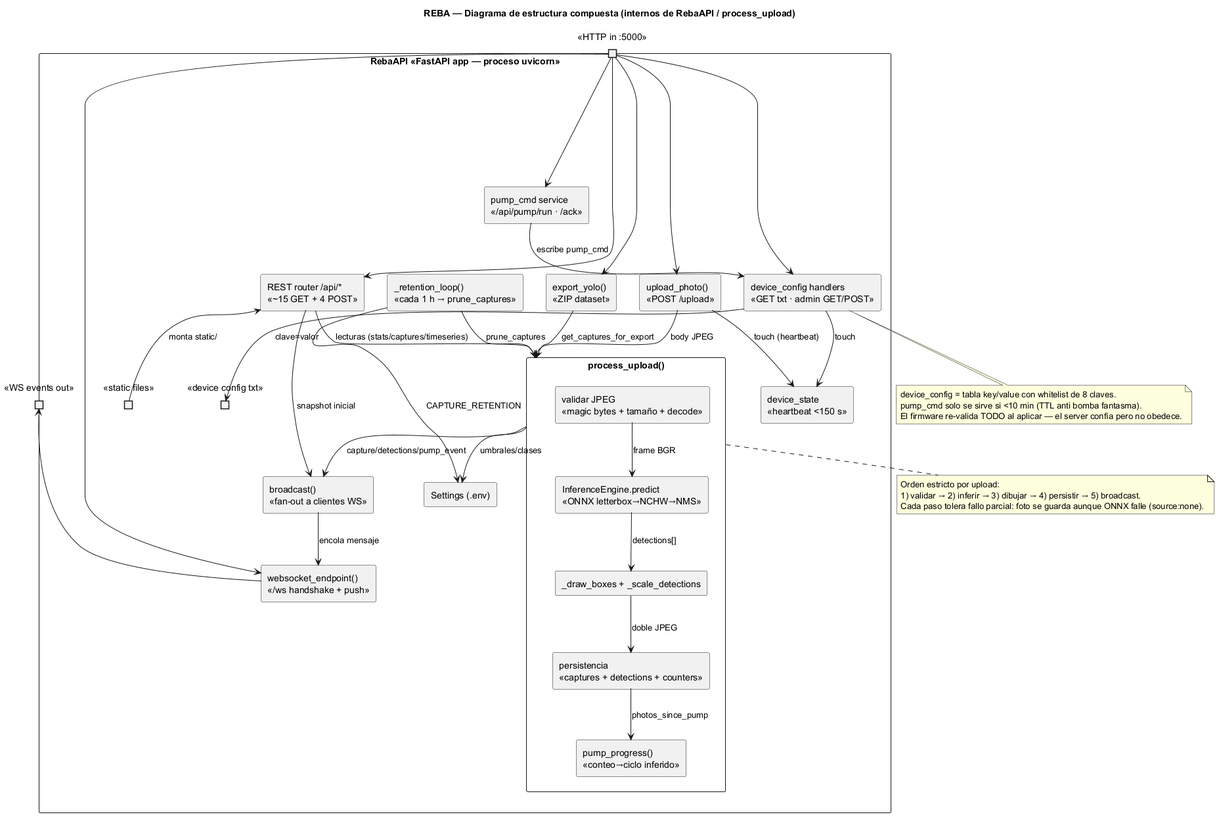
SebasHdez2006/reba_project keeps this PlantUML diagram as docs/diagramas/uml/04_diagrama_estructura_compuesta.png. Above is the earlier version. The source it was exported from:
```plantuml
@startuml 04_diagrama_estructura_compuesta
title REBA — Diagrama de estructura compuesta (internos de RebaAPI / process_upload)

skinparam componentStyle rectangle

component "RebaAPI «FastAPI app — proceso uvicorn»" {

  portin "«HTTP in :5000»" as pinHTTP
  portout "«WS events out»" as poutWS
  portout "«device config txt»" as poutCFG
  portout "«static files»" as poutStatic

  component "upload_photo()\n«POST /upload»" as partUpload
  component "REST router /api/*\n«~15 GET + 4 POST»" as partREST
  component "device_config handlers\n«GET txt · admin GET/POST»" as partDevCfg
  component "pump_cmd service\n«/api/pump/run · /ack»" as partPump
  component "export_yolo()\n«ZIP dataset»" as partExport
  component "websocket_endpoint()\n«/ws handshake + push»" as partWS

  component "process_upload()" as partPipe {
    component "validar JPEG\n«magic bytes + tamaño + decode»" as vVal
    component "InferenceEngine.predict\n«ONNX letterbox→NCHW→NMS»" as vInf
    component "_draw_boxes + _scale_detections" as vDraw
    component "persistencia\n«captures + detections + counters»" as vDB
    component "pump_progress()\n«conteo→ciclo inferido»" as vPump
    vVal --> vInf : frame BGR
    vInf --> vDraw : detections[]
    vDraw --> vDB : doble JPEG
    vDB --> vPump : photos_since_pump
  }

  component "_retention_loop()\n«cada 1 h → prune_captures»" as partRet
  component "broadcast()\n«fan-out a clientes WS»" as partBC
  component "device_state\n«heartbeat <150 s»" as partDev
  component "Settings (.env)" as partCfg

  pinHTTP --> partUpload
  pinHTTP --> partREST
  pinHTTP --> partDevCfg
  pinHTTP --> partPump
  pinHTTP --> partExport
  pinHTTP --> partWS

  partUpload --> partPipe : body JPEG
  partPipe --> partBC : capture/detections/pump_event
  partBC --> partWS : encola mensaje
  partWS --> poutWS

  partDevCfg --> poutCFG : clave=valor
  partPump --> partDevCfg : escribe pump_cmd
  partDevCfg --> partDev : touch
  partUpload --> partDev : touch (heartbeat)

  partREST --> partPipe : lecturas (stats/captures/timeseries)
  partREST --> partBC : snapshot inicial
  partExport --> partPipe : get_captures_for_export

  partRet --> partPipe : prune_captures
  partPipe --> partCfg : umbrales/clases
  partRet --> partCfg : CAPTURE_RETENTION

  poutStatic --> partREST : monta static/
}

note bottom of partPipe
  Orden estricto por upload:
  1) validar → 2) inferir → 3) dibujar → 4) persistir → 5) broadcast.
  Cada paso tolera fallo parcial: foto se guarda aunque ONNX falle (source:none).
end note

note bottom of partDevCfg
  device_config = tabla key/value con whitelist de 8 claves.
  pump_cmd solo se sirve si <10 min (TTL anti bomba fantasma).
  El firmware re-valida TODO al aplicar — el server confía pero no obedece.
end note

@enduml
```
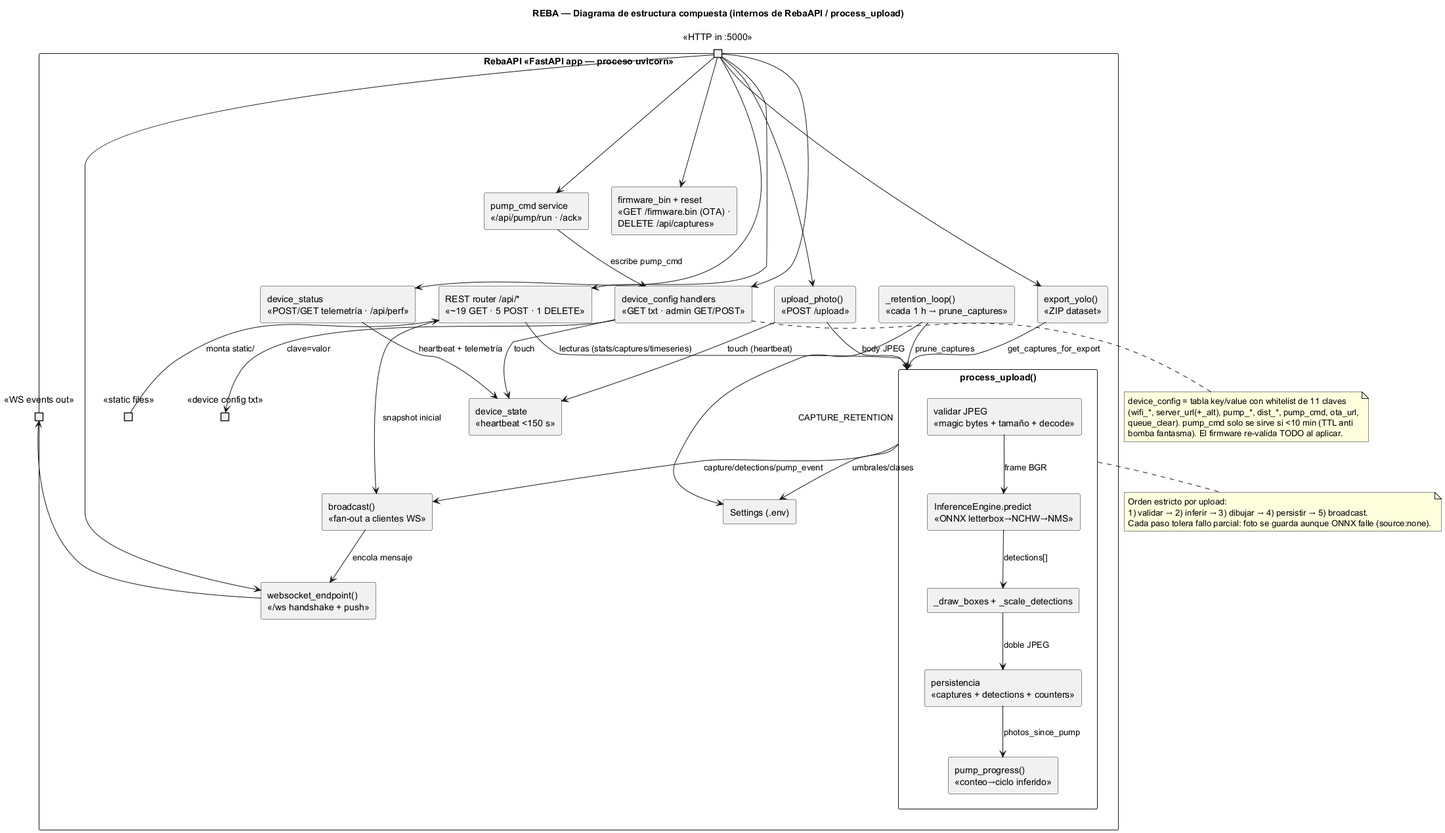
Later version of the same file.

Change to the diagram source:
```diff
@@ -11,9 +11,11 @@
   portout "«static files»" as poutStatic
 
   component "upload_photo()\n«POST /upload»" as partUpload
-  component "REST router /api/*\n«~15 GET + 4 POST»" as partREST
+  component "REST router /api/*\n«~19 GET · 5 POST · 1 DELETE»" as partREST
   component "device_config handlers\n«GET txt · admin GET/POST»" as partDevCfg
   component "pump_cmd service\n«/api/pump/run · /ack»" as partPump
+  component "device_status\n«POST/GET telemetría · /api/perf»" as partStatus
+  component "firmware_bin + reset\n«GET /firmware.bin (OTA) ·\nDELETE /api/captures»" as partFw
   component "export_yolo()\n«ZIP dataset»" as partExport
   component "websocket_endpoint()\n«/ws handshake + push»" as partWS
 
@@ -38,6 +40,8 @@
   pinHTTP --> partREST
   pinHTTP --> partDevCfg
   pinHTTP --> partPump
+  pinHTTP --> partStatus
+  pinHTTP --> partFw
   pinHTTP --> partExport
   pinHTTP --> partWS
 
@@ -50,6 +54,7 @@
   partPump --> partDevCfg : escribe pump_cmd
   partDevCfg --> partDev : touch
   partUpload --> partDev : touch (heartbeat)
+  partStatus --> partDev : heartbeat + telemetría
 
   partREST --> partPipe : lecturas (stats/captures/timeseries)
   partREST --> partBC : snapshot inicial
@@ -69,9 +74,10 @@
 end note
 
 note bottom of partDevCfg
-  device_config = tabla key/value con whitelist de 8 claves.
-  pump_cmd solo se sirve si <10 min (TTL anti bomba fantasma).
-  El firmware re-valida TODO al aplicar — el server confía pero no obedece.
+  device_config = tabla key/value con whitelist de 11 claves
+  (wifi_*, server_url(+_alt), pump_*, dist_*, pump_cmd, ota_url,
+  queue_clear). pump_cmd solo se sirve si <10 min (TTL anti
+  bomba fantasma). El firmware re-valida TODO al aplicar.
 end note
 
 @enduml
```
